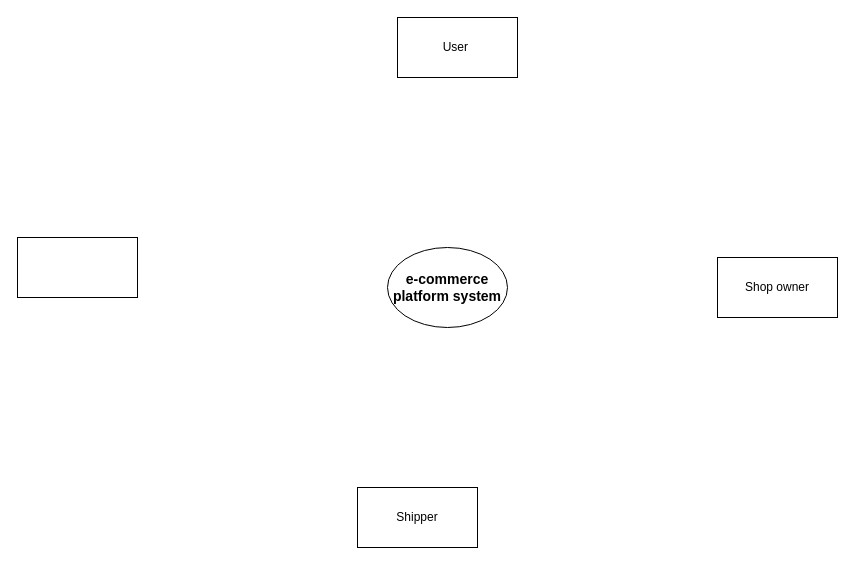
The draw.io diagram Biểu đồ không có tiêu đề.drawio in Erikrussian/test, before the edit. Source tidied: cells renumbered, new cells numbered last; positions are measured from the earlier drawing's top-left corner, leaving out a move shared by most shapes. Both pictures are drawn from the tidied source at 100%, with x=0, y=0 at pixel (17, 17).
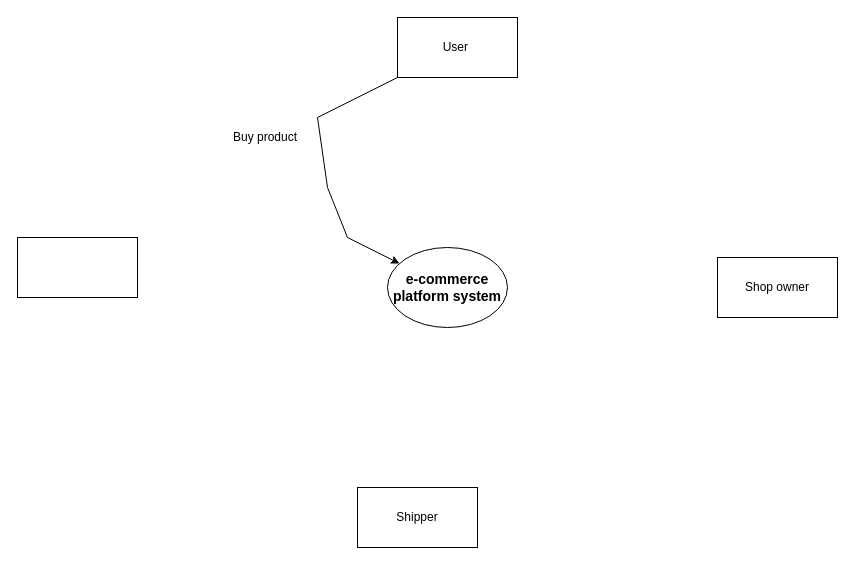
The same diagram, later.

Commit message (it also covers changes not shown here):
Cập nhật Biểu đồ không có tiêu đề.drawio

What changed in the source:
```diff
@@
 <mxGraphModel>
   <root>
     <mxCell id="0" />
     <mxCell id="1" parent="0" />
     <mxCell id="2" value="&lt;b&gt;&lt;font style=&quot;font-size: 14px;&quot;&gt;e-commerce platform system&lt;/font&gt;&lt;/b&gt;" style="ellipse;whiteSpace=wrap;html=1;" parent="1" vertex="1">
       <mxGeometry x="370" y="230" width="120" height="80" as="geometry" />
     </mxCell>
     <mxCell id="3" value="User&amp;nbsp;" style="rounded=0;whiteSpace=wrap;html=1;" parent="1" vertex="1">
       <mxGeometry x="380" width="120" height="60" as="geometry" />
     </mxCell>
     <mxCell id="4" style="rounded=0;whiteSpace=wrap;html=1;" parent="1" vertex="1">
       <mxGeometry y="220" width="120" height="60" as="geometry" />
     </mxCell>
     <mxCell id="5" value="Shipper" style="rounded=0;whiteSpace=wrap;html=1;" parent="1" vertex="1">
       <mxGeometry x="340" y="470" width="120" height="60" as="geometry" />
     </mxCell>
     <mxCell id="6" value="Shop owner" style="rounded=0;whiteSpace=wrap;html=1;" parent="1" vertex="1">
       <mxGeometry x="700" y="240" width="120" height="60" as="geometry" />
     </mxCell>
+    <mxCell id="7" style="endArrow=classic;html=1;rounded=0;exitX=0;exitY=1;exitDx=0;exitDy=0;" parent="1" edge="1" source="3" target="2">
+      <mxGeometry relative="1" as="geometry">
+        <Array as="points">
+          <mxPoint x="300" y="100" />
+          <mxPoint x="310" y="170" />
+          <mxPoint x="330" y="220" />
+        </Array>
+      </mxGeometry>
+    </mxCell>
+    <mxCell id="8" value="Buy product&lt;div&gt;&lt;br&gt;&lt;/div&gt;" style="text;strokeColor=none;fillColor=none;align=left;verticalAlign=middle;spacingLeft=4;spacingRight=4;overflow=hidden;whiteSpace=wrap;html=1;" parent="1" vertex="1">
+      <mxGeometry x="210" y="110" width="80" height="30" as="geometry" />
+    </mxCell>
   </root>
 </mxGraphModel>
```
